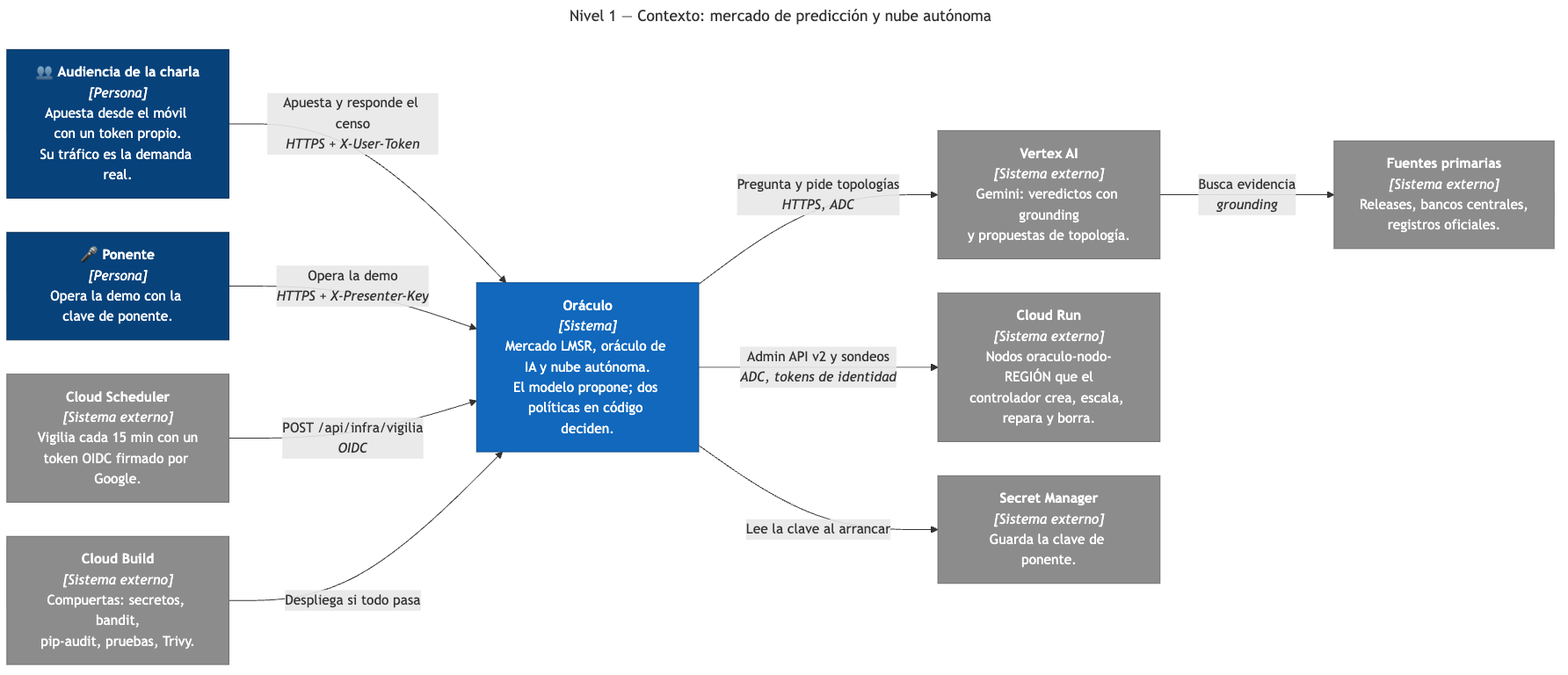
Before: docs/c4-nivel1-contexto.png, a diagram exported from Mermaid (Ayege/Mercados-de-Prediccion-en-Vivo). Its source is kept beside it as docs/c4-nivel1-contexto.mmd. The source it was exported from:
```mermaid
---
title: "Nivel 1 — Contexto: mercado de predicción y nube autónoma"
---
flowchart LR
  publico["👥 <b>Audiencia de la charla</b><br/><i>[Persona]</i><br/>Apuesta desde el móvil con un token propio.<br/>Su tráfico es la demanda real."]
  ponente["🎤 <b>Ponente</b><br/><i>[Persona]</i><br/>Opera la demo con la clave de ponente."]

  oraculo["<b>Oráculo</b><br/><i>[Sistema]</i><br/>Mercado LMSR, oráculo de IA y nube autónoma.<br/>El modelo propone; dos políticas en código deciden."]

  vertex["<b>Vertex AI</b><br/><i>[Sistema externo]</i><br/>Gemini: veredictos con grounding<br/>y propuestas de topología."]
  fuentes["<b>Fuentes primarias</b><br/><i>[Sistema externo]</i><br/>Releases, bancos centrales,<br/>registros oficiales."]
  cloudrun["<b>Cloud Run</b><br/><i>[Sistema externo]</i><br/>Nodos oraculo-nodo-REGIÓN que el<br/>controlador crea, escala, repara y borra."]
  secretos["<b>Secret Manager</b><br/><i>[Sistema externo]</i><br/>Guarda la clave de ponente."]
  scheduler["<b>Cloud Scheduler</b><br/><i>[Sistema externo]</i><br/>Vigilia cada 15 min con un<br/>token OIDC firmado por Google."]
  build["<b>Cloud Build</b><br/><i>[Sistema externo]</i><br/>Compuertas: secretos, bandit,<br/>pip-audit, pruebas, Trivy."]

  publico -- "Apuesta y responde el censo<br/><i>HTTPS + X-User-Token</i>" --> oraculo
  ponente -- "Opera la demo<br/><i>HTTPS + X-Presenter-Key</i>" --> oraculo
  oraculo -- "Pregunta y pide topologías<br/><i>HTTPS, ADC</i>" --> vertex
  vertex -- "Busca evidencia<br/><i>grounding</i>" --> fuentes
  oraculo -- "Admin API v2 y sondeos<br/><i>ADC, tokens de identidad</i>" --> cloudrun
  oraculo -- "Lee la clave al arrancar" --> secretos
  scheduler -- "POST /api/infra/vigilia<br/><i>OIDC</i>" --> oraculo
  build -- "Despliega si todo pasa" --> oraculo

  classDef persona fill:#08427b,stroke:#052e56,color:#fff
  classDef sistema fill:#1168bd,stroke:#0b4884,color:#fff
  classDef externo fill:#8c8c8c,stroke:#6b6b6b,color:#fff
  class publico,ponente persona
  class oraculo sistema
  class vertex,fuentes,cloudrun,secretos,scheduler,build externo
```
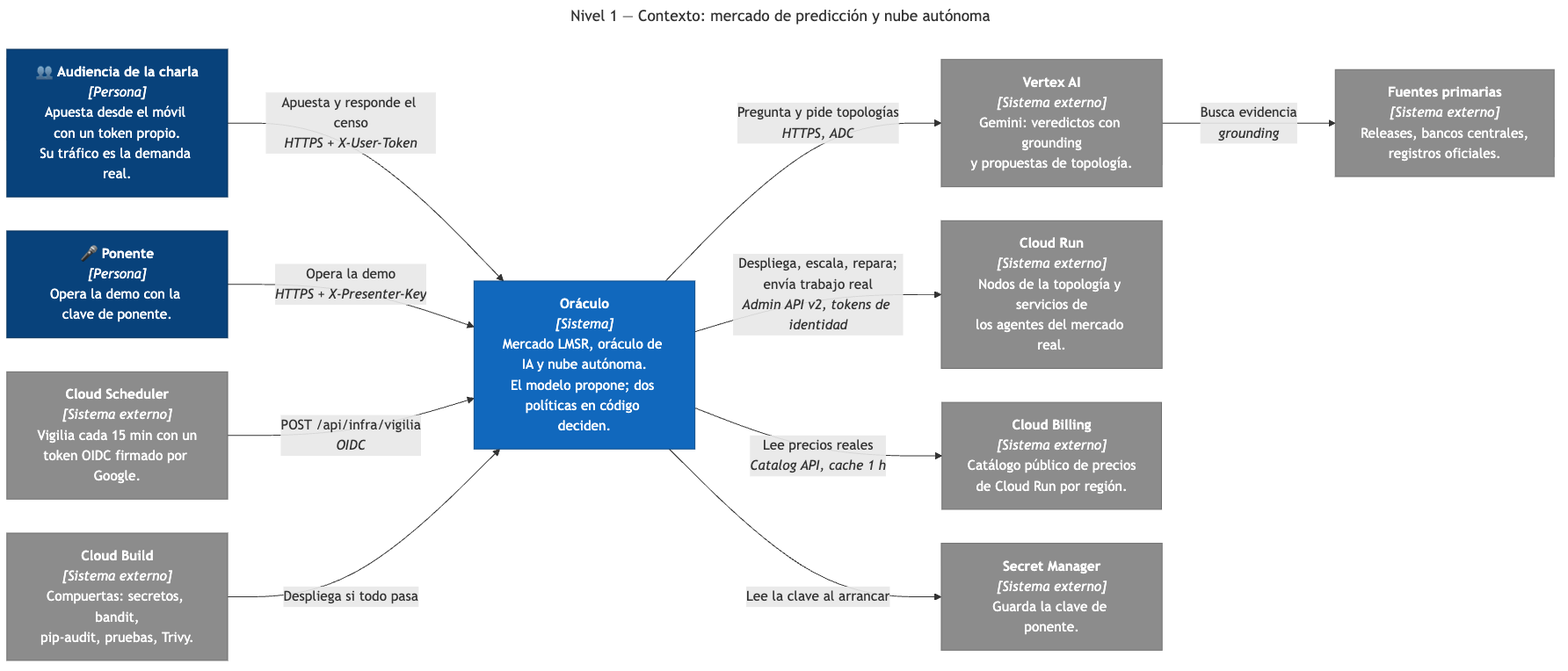
The same diagram one commit later.

The edit, as a diff of the source:
```diff
@@ -9,7 +9,8 @@
 
   vertex["<b>Vertex AI</b><br/><i>[Sistema externo]</i><br/>Gemini: veredictos con grounding<br/>y propuestas de topología."]
   fuentes["<b>Fuentes primarias</b><br/><i>[Sistema externo]</i><br/>Releases, bancos centrales,<br/>registros oficiales."]
-  cloudrun["<b>Cloud Run</b><br/><i>[Sistema externo]</i><br/>Nodos oraculo-nodo-REGIÓN que el<br/>controlador crea, escala, repara y borra."]
+  cloudrun["<b>Cloud Run</b><br/><i>[Sistema externo]</i><br/>Nodos de la topología y servicios de<br/>los agentes del mercado real."]
+  billing["<b>Cloud Billing</b><br/><i>[Sistema externo]</i><br/>Catálogo público de precios<br/>de Cloud Run por región."]
   secretos["<b>Secret Manager</b><br/><i>[Sistema externo]</i><br/>Guarda la clave de ponente."]
   scheduler["<b>Cloud Scheduler</b><br/><i>[Sistema externo]</i><br/>Vigilia cada 15 min con un<br/>token OIDC firmado por Google."]
   build["<b>Cloud Build</b><br/><i>[Sistema externo]</i><br/>Compuertas: secretos, bandit,<br/>pip-audit, pruebas, Trivy."]
@@ -18,7 +19,8 @@
   ponente -- "Opera la demo<br/><i>HTTPS + X-Presenter-Key</i>" --> oraculo
   oraculo -- "Pregunta y pide topologías<br/><i>HTTPS, ADC</i>" --> vertex
   vertex -- "Busca evidencia<br/><i>grounding</i>" --> fuentes
-  oraculo -- "Admin API v2 y sondeos<br/><i>ADC, tokens de identidad</i>" --> cloudrun
+  oraculo -- "Despliega, escala, repara;<br/>envía trabajo real<br/><i>Admin API v2, tokens de identidad</i>" --> cloudrun
+  oraculo -- "Lee precios reales<br/><i>Catalog API, cache 1 h</i>" --> billing
   oraculo -- "Lee la clave al arrancar" --> secretos
   scheduler -- "POST /api/infra/vigilia<br/><i>OIDC</i>" --> oraculo
   build -- "Despliega si todo pasa" --> oraculo
@@ -28,4 +30,4 @@
   classDef externo fill:#8c8c8c,stroke:#6b6b6b,color:#fff
   class publico,ponente persona
   class oraculo sistema
-  class vertex,fuentes,cloudrun,secretos,scheduler,build externo
+  class vertex,fuentes,cloudrun,billing,secretos,scheduler,build externo
```
